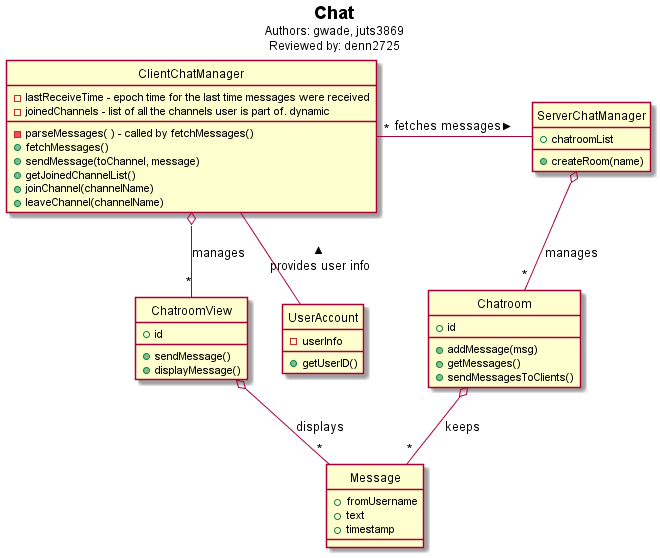
This is hw3/Chat/fullChat.png from voxelv/sQuire_kw, a PlantUML export, as it was before one commit.
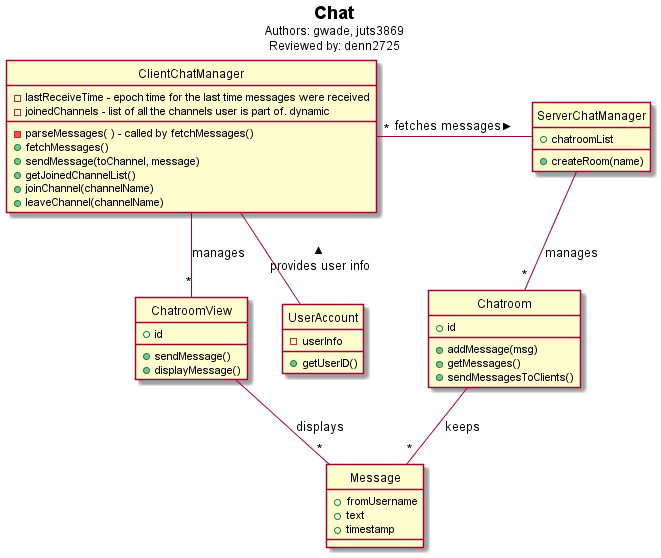
After the commit.

Commit message:
Changed as per Jeffery's request

Removed faux aggregations

Change to the diagram source:
```diff
@@ -52,12 +52,12 @@
 }
 
 
-chat  o-- "*" chatroom : manages
-chatroom  o-- "*" msg : keeps
+chat  -- "*" chatroom : manages
+chatroom  -- "*" msg : keeps
 
-clientChat  o-- "*" clientChatroom : manages
+clientChat  -- "*" clientChatroom : manages
 userAccount  -up-  clientChat : provides user info >
-clientChatroom  o-- "*" msg : displays
+clientChatroom  -- "*" msg : displays
 
 
 clientChat "*" -r- chat : fetches messages >
```
